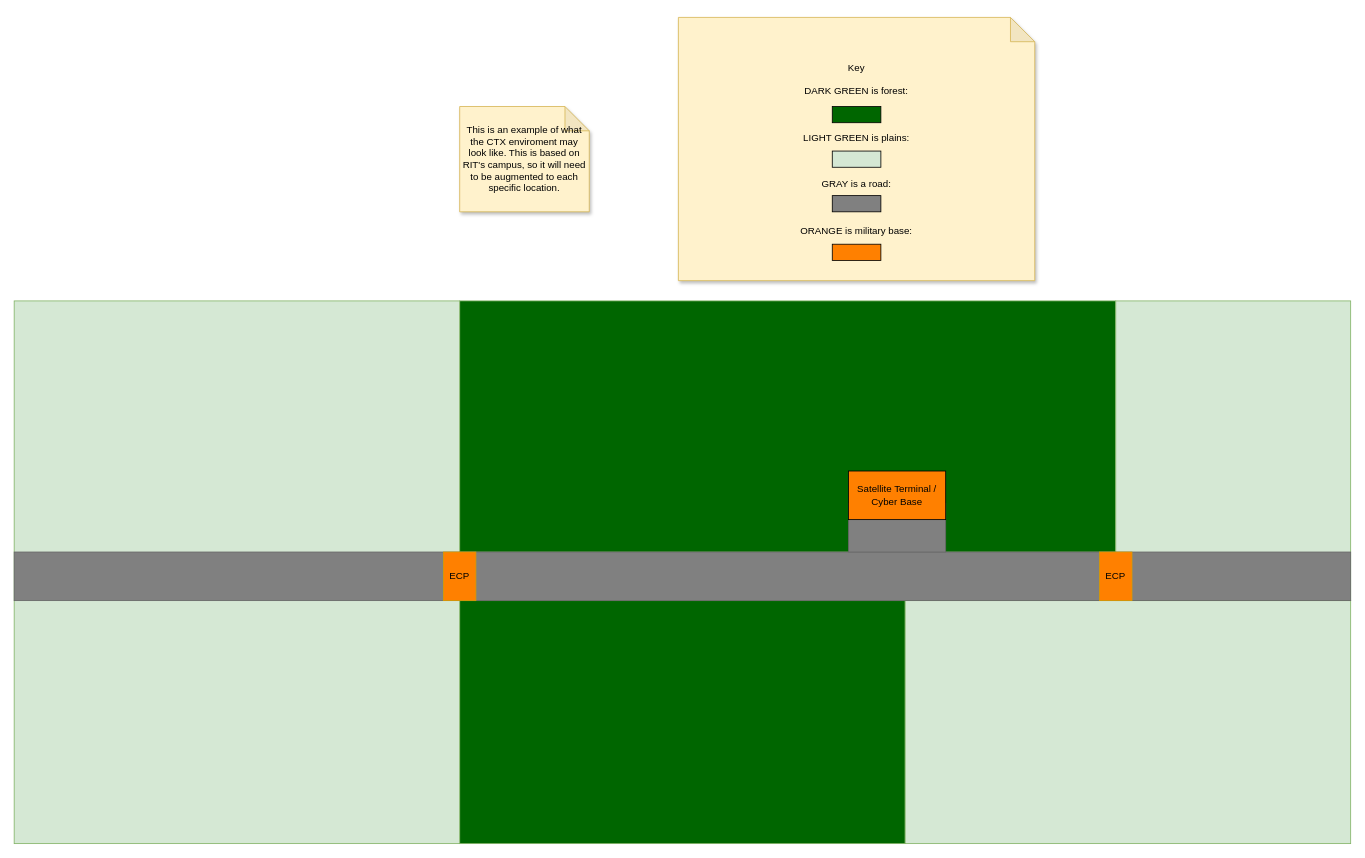
This is FieldDiagram.drawio from CyberTrainingExercise/Diamondhouse, a draw.io file, before an edit. Source tidied: cells renumbered, new cells numbered last; positions are measured from the earlier drawing's top-left corner, leaving out a move shared by most shapes. Both pictures are drawn from the tidied source at 81%, with x=0, y=0 at pixel (14, 17).
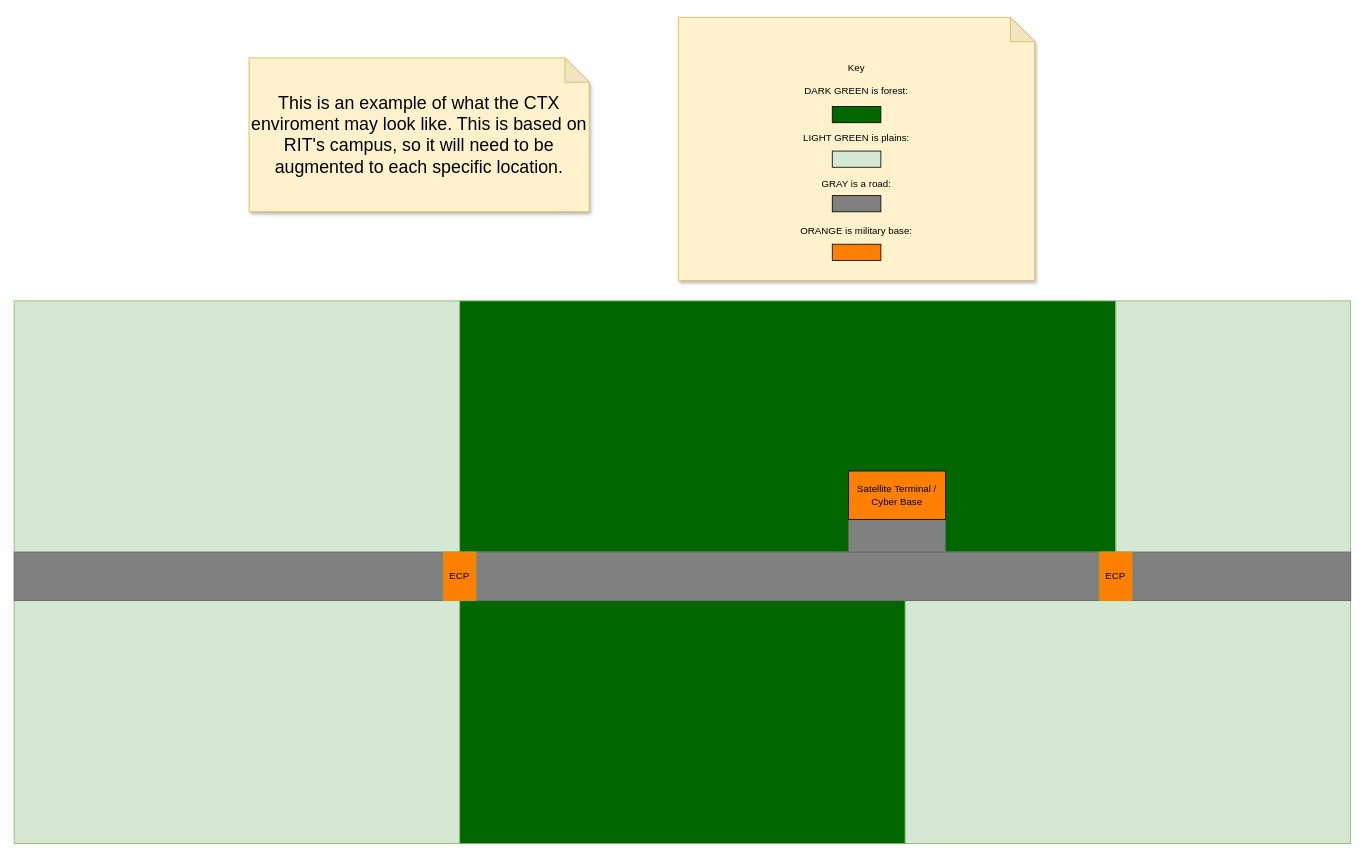
The same diagram, later.

Commit message (it also covers changes not shown here):
Improve FieldDiagrams text size

What changed in the source:
```diff
@@
 <mxGraphModel>
   <root>
     <mxCell id="0" />
     <mxCell id="1" parent="0" />
-    <mxCell id="2" value="This is an example of what the CTX enviroment may look like. This is based on RIT's campus, so it will need to be augmented to each specific location." style="shape=note;whiteSpace=wrap;html=1;backgroundOutline=1;darkOpacity=0.05;fillColor=#fff2cc;strokeColor=#d6b656;shadow=1;" parent="1" vertex="1">
-      <mxGeometry x="550" y="110" width="160" height="130" as="geometry" />
+    <mxCell id="2" value="&lt;font style=&quot;font-size: 22px;&quot;&gt;This is an example of what the CTX enviroment may look like. This is based on RIT's campus, so it will need to be augmented to each specific location.&lt;/font&gt;" style="shape=note;whiteSpace=wrap;html=1;backgroundOutline=1;darkOpacity=0.05;fillColor=#fff2cc;strokeColor=#d6b656;shadow=1;" parent="1" vertex="1">
+      <mxGeometry x="290" y="50" width="420" height="190" as="geometry" />
     </mxCell>
     <mxCell id="3" style="rounded=0;whiteSpace=wrap;html=1;fillColor=#006600;strokeColor=#82b366;" parent="1" vertex="1">
       <mxGeometry x="550" y="350" width="810" height="310" as="geometry" />
     </mxCell>
     <mxCell id="4" style="rounded=0;whiteSpace=wrap;html=1;fillColor=#006600;strokeColor=#82b366;" parent="1" vertex="1">
       <mxGeometry x="550" y="720" width="550" height="300" as="geometry" />
     </mxCell>
     <mxCell id="5" style="rounded=0;whiteSpace=wrap;html=1;fillColor=#d5e8d4;strokeColor=#82b366;" parent="1" vertex="1">
       <mxGeometry x="1100" y="720" width="550" height="300" as="geometry" />
     </mxCell>
     <mxCell id="6" style="rounded=0;whiteSpace=wrap;html=1;fillColor=#d5e8d4;strokeColor=#82b366;sketch=0;" parent="1" vertex="1">
       <mxGeometry x="1360" y="350" width="290" height="370" as="geometry" />
     </mxCell>
     <mxCell id="7" value="Key&lt;br&gt;&lt;br&gt;DARK GREEN is forest:&lt;br&gt;&lt;br&gt;&lt;br&gt;&lt;br&gt;LIGHT GREEN is plains:&lt;br&gt;&lt;br&gt;&lt;br&gt;&lt;br&gt;GRAY is a road:&lt;br&gt;&lt;br&gt;&lt;br&gt;&lt;br&gt;ORANGE is military base:&lt;br&gt;" style="shape=note;whiteSpace=wrap;html=1;backgroundOutline=1;darkOpacity=0.05;fillColor=#fff2cc;strokeColor=#d6b656;shadow=1;" parent="1" vertex="1">
       <mxGeometry x="820" width="440" height="325" as="geometry" />
     </mxCell>
     <mxCell id="8" style="rounded=0;whiteSpace=wrap;html=1;fillColor=#d5e8d4;strokeColor=#82b366;" parent="1" vertex="1">
       <mxGeometry y="350" width="550" height="670" as="geometry" />
     </mxCell>
     <mxCell id="9" style="rounded=0;whiteSpace=wrap;html=1;fillColor=#808080;fontColor=#333333;strokeColor=#666666;" parent="1" vertex="1">
       <mxGeometry y="660" width="1650" height="60" as="geometry" />
     </mxCell>
     <mxCell id="10" value="ECP" style="rounded=0;whiteSpace=wrap;html=1;fillColor=#FF8000;strokeColor=#d79b00;" parent="1" vertex="1">
       <mxGeometry x="530" y="660" width="40" height="60" as="geometry" />
     </mxCell>
     <mxCell id="11" value="ECP" style="rounded=0;whiteSpace=wrap;html=1;fillColor=#FF8000;strokeColor=#d79b00;" parent="1" vertex="1">
       <mxGeometry x="1340" y="660" width="40" height="60" as="geometry" />
     </mxCell>
     <mxCell id="12" style="rounded=0;whiteSpace=wrap;html=1;fillColor=#006600;" parent="1" vertex="1">
       <mxGeometry x="1010" y="110" width="60" height="20" as="geometry" />
     </mxCell>
     <mxCell id="13" style="rounded=0;whiteSpace=wrap;html=1;fillColor=#D5E8D4;" parent="1" vertex="1">
       <mxGeometry x="1010" y="165" width="60" height="20" as="geometry" />
     </mxCell>
     <mxCell id="14" style="rounded=0;whiteSpace=wrap;html=1;fillColor=#808080;" parent="1" vertex="1">
       <mxGeometry x="1010" y="220" width="60" height="20" as="geometry" />
     </mxCell>
     <mxCell id="15" style="rounded=0;whiteSpace=wrap;html=1;fillColor=#FF8000;" parent="1" vertex="1">
       <mxGeometry x="1010" y="280" width="60" height="20" as="geometry" />
     </mxCell>
     <mxCell id="16" style="rounded=0;whiteSpace=wrap;html=1;fillColor=#808080;fontColor=#333333;strokeColor=#666666;" parent="1" vertex="1">
       <mxGeometry x="1030" y="600" width="120" height="60" as="geometry" />
     </mxCell>
     <mxCell id="17" value="Satellite Terminal / Cyber Base" style="rounded=0;whiteSpace=wrap;html=1;fillColor=#FF8000;" parent="1" vertex="1">
       <mxGeometry x="1030" y="560" width="120" height="60" as="geometry" />
     </mxCell>
   </root>
 </mxGraphModel>
```
